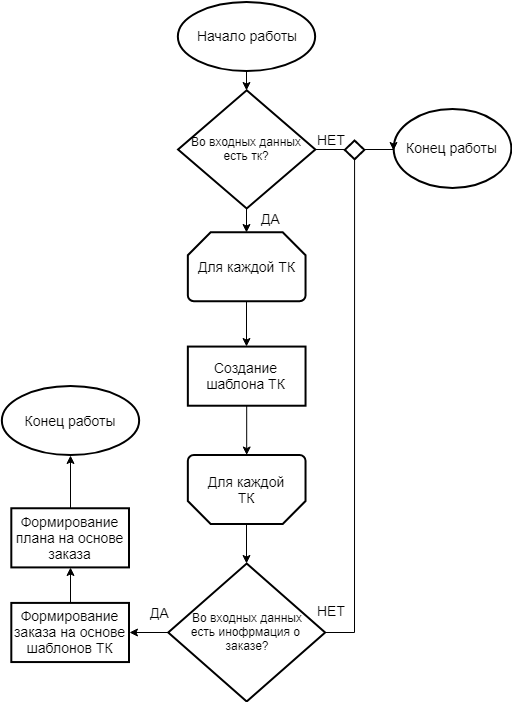
The draw.io diagram fig/BlockShemaImcore.png in PaulKorepanow/diplom, before a commit. Source tidied: cells renumbered, new cells last; positions are measured from the earlier drawing's top-left corner, leaving out a move shared by most shapes. Its diagram source:
```xml
<mxGraphModel>
  <root>
    <mxCell id="0" />
    <mxCell id="1" parent="0" />
    <mxCell id="2" value="Для каждой ТК" style="strokeWidth=2;html=1;shape=mxgraph.flowchart.loop_limit;whiteSpace=wrap;fontSize=14;" parent="1" vertex="1">
      <mxGeometry x="186.3" y="230.7" width="117.7" height="69" as="geometry" />
    </mxCell>
    <mxCell id="3" value="Начало работы&lt;br style=&quot;font-size: 14px;&quot;&gt;" style="strokeWidth=2;html=1;shape=mxgraph.flowchart.start_1;whiteSpace=wrap;fontSize=14;" parent="1" vertex="1">
      <mxGeometry x="176.5" width="137.3" height="69" as="geometry" />
    </mxCell>
    <mxCell id="4" style="edgeStyle=orthogonalEdgeStyle;rounded=0;jettySize=auto;html=1;exitX=0.5;exitY=1;exitDx=0;exitDy=0;exitPerimeter=0;entryX=0.5;entryY=0;entryDx=0;entryDy=0;entryPerimeter=0;fontSize=14;" parent="1" edge="1" source="5" target="2">
      <mxGeometry relative="1" as="geometry" />
    </mxCell>
    <mxCell id="5" value="Во входных данных есть тк?" style="strokeWidth=2;html=1;shape=mxgraph.flowchart.decision;whiteSpace=wrap;fontSize=12;" parent="1" vertex="1">
      <mxGeometry x="176.5" y="88.7" width="137.3" height="118.3" as="geometry" />
    </mxCell>
    <mxCell id="6" style="edgeStyle=orthogonalEdgeStyle;rounded=0;jettySize=auto;html=1;exitX=0.5;exitY=1;exitDx=0;exitDy=0;exitPerimeter=0;entryX=0.5;entryY=0;entryDx=0;entryDy=0;entryPerimeter=0;fontSize=14;" parent="1" edge="1" source="3" target="5">
      <mxGeometry relative="1" as="geometry" />
    </mxCell>
    <mxCell id="7" value="Создание шаблона ТК" style="rounded=0;whiteSpace=wrap;html=1;strokeWidth=2;fontSize=14;" parent="1" vertex="1">
      <mxGeometry x="186.3" y="345.1" width="117.7" height="59.2" as="geometry" />
    </mxCell>
    <mxCell id="8" style="edgeStyle=orthogonalEdgeStyle;rounded=0;jettySize=auto;html=1;exitX=0.5;exitY=1;exitDx=0;exitDy=0;exitPerimeter=0;entryX=0.5;entryY=0;entryDx=0;entryDy=0;fontSize=14;" parent="1" edge="1" source="2" target="7">
      <mxGeometry relative="1" as="geometry" />
    </mxCell>
    <mxCell id="9" style="strokeWidth=2;html=1;shape=mxgraph.flowchart.loop_limit;whiteSpace=wrap;rotation=180;horizontal=1;verticalAlign=middle;fontSize=14;" parent="1" vertex="1">
      <mxGeometry x="186.3" y="453.5" width="117.7" height="69" as="geometry" />
    </mxCell>
    <mxCell id="10" style="edgeStyle=orthogonalEdgeStyle;rounded=0;jettySize=auto;html=1;fontSize=14;" parent="1" edge="1" source="7" target="9">
      <mxGeometry relative="1" as="geometry" />
    </mxCell>
    <mxCell id="11" value="Конец работы" style="ellipse;whiteSpace=wrap;html=1;strokeWidth=2;fontSize=14;" parent="1" vertex="1">
      <mxGeometry x="392.3" y="107.5" width="117.7" height="78.9" as="geometry" />
    </mxCell>
    <mxCell id="12" style="edgeStyle=orthogonalEdgeStyle;rounded=0;jettySize=auto;html=1;exitX=1;exitY=0.5;exitDx=0;exitDy=0;exitPerimeter=0;endArrow=none;endFill=0;fontSize=14;" parent="1" edge="1" source="13">
      <mxGeometry relative="1" as="geometry">
        <mxPoint x="353.1" y="157.7" as="targetPoint" />
      </mxGeometry>
    </mxCell>
    <mxCell id="13" value="Во входных данных&lt;br style=&quot;font-size: 12px;&quot;&gt;есть инофрмация о&amp;nbsp;&lt;br style=&quot;font-size: 12px;&quot;&gt;заказе?&lt;br style=&quot;font-size: 12px;&quot;&gt;" style="strokeWidth=2;html=1;shape=mxgraph.flowchart.decision;whiteSpace=wrap;fontSize=12;" parent="1" vertex="1">
      <mxGeometry x="166.7" y="562" width="156.9" height="138" as="geometry" />
    </mxCell>
    <mxCell id="14" style="edgeStyle=orthogonalEdgeStyle;rounded=0;jettySize=auto;html=1;exitX=0.5;exitY=0;exitDx=0;exitDy=0;exitPerimeter=0;entryX=0.5;entryY=0;entryDx=0;entryDy=0;entryPerimeter=0;fontSize=14;" parent="1" edge="1" source="9" target="13">
      <mxGeometry relative="1" as="geometry" />
    </mxCell>
    <mxCell id="15" value="Формирование заказа на основе шаблонов ТК" style="rounded=0;whiteSpace=wrap;html=1;strokeWidth=2;fontSize=14;" parent="1" vertex="1">
      <mxGeometry x="9.8" y="601.4" width="117.7" height="59.2" as="geometry" />
    </mxCell>
    <mxCell id="16" style="edgeStyle=orthogonalEdgeStyle;rounded=0;jettySize=auto;html=1;exitX=0;exitY=0.5;exitDx=0;exitDy=0;exitPerimeter=0;entryX=1;entryY=0.5;entryDx=0;entryDy=0;fontSize=14;" parent="1" edge="1" source="13" target="15">
      <mxGeometry relative="1" as="geometry" />
    </mxCell>
    <mxCell id="17" value="Формирование плана на основе заказа" style="rounded=0;whiteSpace=wrap;html=1;strokeWidth=2;fontSize=14;" parent="1" vertex="1">
      <mxGeometry x="9.8" y="506.8" width="117.7" height="59.2" as="geometry" />
    </mxCell>
    <mxCell id="18" style="edgeStyle=orthogonalEdgeStyle;rounded=0;jettySize=auto;html=1;exitX=0.5;exitY=0;exitDx=0;exitDy=0;entryX=0.5;entryY=1;entryDx=0;entryDy=0;fontSize=14;" parent="1" edge="1" source="15" target="17">
      <mxGeometry relative="1" as="geometry" />
    </mxCell>
    <mxCell id="19" value="Конец работы&lt;br style=&quot;font-size: 14px;&quot;&gt;" style="strokeWidth=2;html=1;shape=mxgraph.flowchart.start_1;whiteSpace=wrap;fontSize=14;" parent="1" vertex="1">
      <mxGeometry y="384.5" width="137.3" height="69" as="geometry" />
    </mxCell>
    <mxCell id="20" style="edgeStyle=orthogonalEdgeStyle;rounded=0;jettySize=auto;html=1;exitX=0.5;exitY=0;exitDx=0;exitDy=0;entryX=0.5;entryY=1;entryDx=0;entryDy=0;entryPerimeter=0;fontSize=14;" parent="1" edge="1" source="17" target="19">
      <mxGeometry relative="1" as="geometry" />
    </mxCell>
    <mxCell id="21" style="edgeStyle=orthogonalEdgeStyle;rounded=0;jettySize=auto;html=1;exitX=1;exitY=0.5;exitDx=0;exitDy=0;entryX=0.001;entryY=0.523;entryDx=0;entryDy=0;entryPerimeter=0;endArrow=classic;endFill=1;fontSize=12;" parent="1" edge="1" source="22" target="11">
      <mxGeometry relative="1" as="geometry" />
    </mxCell>
    <mxCell id="22" style="rhombus;whiteSpace=wrap;html=1;strokeWidth=2;fontSize=14;" parent="1" vertex="1">
      <mxGeometry x="343.3" y="139" width="19.6" height="18.7" as="geometry" />
    </mxCell>
    <mxCell id="23" style="edgeStyle=orthogonalEdgeStyle;rounded=0;jettySize=auto;html=1;exitX=1;exitY=0.5;exitDx=0;exitDy=0;exitPerimeter=0;entryX=0;entryY=0.5;entryDx=0;entryDy=0;endArrow=none;endFill=0;fontSize=14;" parent="1" edge="1" source="5" target="22">
      <mxGeometry relative="1" as="geometry" />
    </mxCell>
    <mxCell id="24" value="ДА" style="text;html=1;align=left;verticalAlign=top;spacingTop=-4;fontSize=14;" parent="1" vertex="1">
      <mxGeometry x="257.9" y="207" width="30" height="20" as="geometry" />
    </mxCell>
    <mxCell id="25" value="НЕТ" style="text;html=1;align=left;verticalAlign=top;spacingTop=-4;fontSize=14;" parent="1" vertex="1">
      <mxGeometry x="313.8" y="127.7" width="40" height="20" as="geometry" />
    </mxCell>
    <mxCell id="26" value="ДА" style="text;html=1;align=left;verticalAlign=top;spacingTop=-4;fontSize=14;" parent="1" vertex="1">
      <mxGeometry x="147.1" y="601.4" width="30" height="20" as="geometry" />
    </mxCell>
    <mxCell id="27" value="НЕТ" style="text;html=1;align=left;verticalAlign=top;spacingTop=-4;fontSize=14;" parent="1" vertex="1">
      <mxGeometry x="313.8" y="599.4" width="40" height="20" as="geometry" />
    </mxCell>
    <mxCell id="28" value="Для каждой ТК" style="text;html=1;strokeColor=none;fillColor=none;align=center;verticalAlign=middle;whiteSpace=wrap;rounded=0;fontSize=14;" parent="1" vertex="1">
      <mxGeometry x="201.1" y="473.2" width="88.3" height="29.6" as="geometry" />
    </mxCell>
  </root>
</mxGraphModel>
```
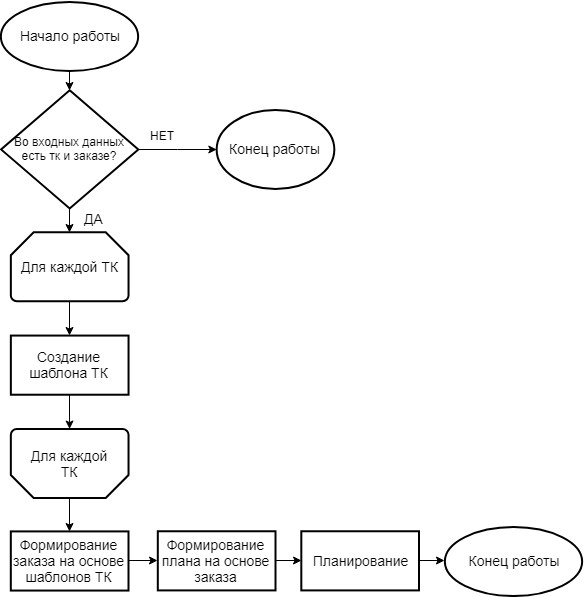
Later version of the same file.

The edit, as a diff of the source:
```diff
@@ -2,88 +2,76 @@
   <root>
     <mxCell id="0" />
     <mxCell id="1" parent="0" />
+    <mxCell id="29" style="group;" parent="1" vertex="1">
+      <mxGeometry x="176.5" width="581.3" height="594" as="geometry" />
+    </mxCell>
-    <mxCell id="2" value="Для каждой ТК" style="strokeWidth=2;html=1;shape=mxgraph.flowchart.loop_limit;whiteSpace=wrap;fontSize=14;" parent="1" vertex="1">
-      <mxGeometry x="186.3" y="230.7" width="117.7" height="69" as="geometry" />
+    <mxCell id="2" value="Для каждой ТК" style="strokeWidth=2;html=1;shape=mxgraph.flowchart.loop_limit;whiteSpace=wrap;fontSize=14;" parent="29" vertex="1">
+      <mxGeometry x="9.8" y="230.7" width="117.7" height="69" as="geometry" />
     </mxCell>
-    <mxCell id="3" value="Начало работы&lt;br style=&quot;font-size: 14px;&quot;&gt;" style="strokeWidth=2;html=1;shape=mxgraph.flowchart.start_1;whiteSpace=wrap;fontSize=14;" parent="1" vertex="1">
-      <mxGeometry x="176.5" width="137.3" height="69" as="geometry" />
+    <mxCell id="3" value="Начало работы&lt;br style=&quot;font-size: 14px;&quot;&gt;" style="strokeWidth=2;html=1;shape=mxgraph.flowchart.start_1;whiteSpace=wrap;fontSize=14;" parent="29" vertex="1">
+      <mxGeometry width="137.3" height="69" as="geometry" />
     </mxCell>
-    <mxCell id="4" style="edgeStyle=orthogonalEdgeStyle;rounded=0;jettySize=auto;html=1;exitX=0.5;exitY=1;exitDx=0;exitDy=0;exitPerimeter=0;entryX=0.5;entryY=0;entryDx=0;entryDy=0;entryPerimeter=0;fontSize=14;" parent="1" edge="1" source="5" target="2">
+    <mxCell id="4" style="edgeStyle=orthogonalEdgeStyle;rounded=0;jettySize=auto;html=1;exitX=0.5;exitY=1;exitDx=0;exitDy=0;exitPerimeter=0;entryX=0.5;entryY=0;entryDx=0;entryDy=0;entryPerimeter=0;fontSize=14;" parent="29" edge="1" source="5" target="2">
       <mxGeometry relative="1" as="geometry" />
     </mxCell>
-    <mxCell id="5" value="Во входных данных есть тк?" style="strokeWidth=2;html=1;shape=mxgraph.flowchart.decision;whiteSpace=wrap;fontSize=12;" parent="1" vertex="1">
-      <mxGeometry x="176.5" y="88.7" width="137.3" height="118.3" as="geometry" />
+    <mxCell id="5" value="Во входных данных есть тк и заказе?" style="strokeWidth=2;html=1;shape=mxgraph.flowchart.decision;whiteSpace=wrap;fontSize=12;" parent="29" vertex="1">
+      <mxGeometry y="88.7" width="137.3" height="118.3" as="geometry" />
     </mxCell>
-    <mxCell id="6" style="edgeStyle=orthogonalEdgeStyle;rounded=0;jettySize=auto;html=1;exitX=0.5;exitY=1;exitDx=0;exitDy=0;exitPerimeter=0;entryX=0.5;entryY=0;entryDx=0;entryDy=0;entryPerimeter=0;fontSize=14;" parent="1" edge="1" source="3" target="5">
+    <mxCell id="6" style="edgeStyle=orthogonalEdgeStyle;rounded=0;jettySize=auto;html=1;exitX=0.5;exitY=1;exitDx=0;exitDy=0;exitPerimeter=0;entryX=0.5;entryY=0;entryDx=0;entryDy=0;entryPerimeter=0;fontSize=14;" parent="29" edge="1" source="3" target="5">
       <mxGeometry relative="1" as="geometry" />
     </mxCell>
-    <mxCell id="7" value="Создание шаблона ТК" style="rounded=0;whiteSpace=wrap;html=1;strokeWidth=2;fontSize=14;" parent="1" vertex="1">
-      <mxGeometry x="186.3" y="345.1" width="117.7" height="59.2" as="geometry" />
+    <mxCell id="7" value="Создание шаблона ТК" style="rounded=0;whiteSpace=wrap;html=1;strokeWidth=2;fontSize=14;" parent="29" vertex="1">
+      <mxGeometry x="9.8" y="334.1" width="117.7" height="59.2" as="geometry" />
     </mxCell>
-    <mxCell id="8" style="edgeStyle=orthogonalEdgeStyle;rounded=0;jettySize=auto;html=1;exitX=0.5;exitY=1;exitDx=0;exitDy=0;exitPerimeter=0;entryX=0.5;entryY=0;entryDx=0;entryDy=0;fontSize=14;" parent="1" edge="1" source="2" target="7">
+    <mxCell id="8" style="edgeStyle=orthogonalEdgeStyle;rounded=0;jettySize=auto;html=1;exitX=0.5;exitY=1;exitDx=0;exitDy=0;exitPerimeter=0;entryX=0.5;entryY=0;entryDx=0;entryDy=0;fontSize=14;" parent="29" edge="1" source="2" target="7">
       <mxGeometry relative="1" as="geometry" />
     </mxCell>
-    <mxCell id="9" style="strokeWidth=2;html=1;shape=mxgraph.flowchart.loop_limit;whiteSpace=wrap;rotation=180;horizontal=1;verticalAlign=middle;fontSize=14;" parent="1" vertex="1">
-      <mxGeometry x="186.3" y="453.5" width="117.7" height="69" as="geometry" />
+    <mxCell id="9" style="strokeWidth=2;html=1;shape=mxgraph.flowchart.loop_limit;whiteSpace=wrap;rotation=180;horizontal=1;verticalAlign=middle;fontSize=14;" parent="29" vertex="1">
+      <mxGeometry x="9.8" y="427.5" width="117.7" height="69" as="geometry" />
     </mxCell>
-    <mxCell id="10" style="edgeStyle=orthogonalEdgeStyle;rounded=0;jettySize=auto;html=1;fontSize=14;" parent="1" edge="1" source="7" target="9">
+    <mxCell id="10" style="edgeStyle=orthogonalEdgeStyle;rounded=0;jettySize=auto;html=1;fontSize=14;" parent="29" edge="1" source="7" target="9">
       <mxGeometry relative="1" as="geometry" />
     </mxCell>
-    <mxCell id="11" value="Конец работы" style="ellipse;whiteSpace=wrap;html=1;strokeWidth=2;fontSize=14;" parent="1" vertex="1">
-      <mxGeometry x="392.3" y="107.5" width="117.7" height="78.9" as="geometry" />
+    <mxCell id="11" value="Конец работы" style="ellipse;whiteSpace=wrap;html=1;strokeWidth=2;fontSize=14;" parent="29" vertex="1">
+      <mxGeometry x="215.8" y="108.5" width="117.7" height="78.9" as="geometry" />
     </mxCell>
-    <mxCell id="12" style="edgeStyle=orthogonalEdgeStyle;rounded=0;jettySize=auto;html=1;exitX=1;exitY=0.5;exitDx=0;exitDy=0;exitPerimeter=0;endArrow=none;endFill=0;fontSize=14;" parent="1" edge="1" source="13">
-      <mxGeometry relative="1" as="geometry">
-        <mxPoint x="353.1" y="157.7" as="targetPoint" />
-      </mxGeometry>
-    </mxCell>
-    <mxCell id="13" value="Во входных данных&lt;br style=&quot;font-size: 12px;&quot;&gt;есть инофрмация о&amp;nbsp;&lt;br style=&quot;font-size: 12px;&quot;&gt;заказе?&lt;br style=&quot;font-size: 12px;&quot;&gt;" style="strokeWidth=2;html=1;shape=mxgraph.flowchart.decision;whiteSpace=wrap;fontSize=12;" parent="1" vertex="1">
-      <mxGeometry x="166.7" y="562" width="156.9" height="138" as="geometry" />
-    </mxCell>
-    <mxCell id="14" style="edgeStyle=orthogonalEdgeStyle;rounded=0;jettySize=auto;html=1;exitX=0.5;exitY=0;exitDx=0;exitDy=0;exitPerimeter=0;entryX=0.5;entryY=0;entryDx=0;entryDy=0;entryPerimeter=0;fontSize=14;" parent="1" edge="1" source="9" target="13">
-      <mxGeometry relative="1" as="geometry" />
-    </mxCell>
+    <mxCell id="30" style="edgeStyle=orthogonalEdgeStyle;rounded=0;jettySize=auto;html=1;" parent="29" edge="1" source="5" target="11">
+      <mxGeometry relative="1" as="geometry" />
+    </mxCell>
-    <mxCell id="15" value="Формирование заказа на основе шаблонов ТК" style="rounded=0;whiteSpace=wrap;html=1;strokeWidth=2;fontSize=14;" parent="1" vertex="1">
-      <mxGeometry x="9.8" y="601.4" width="117.7" height="59.2" as="geometry" />
+    <mxCell id="15" value="Формирование заказа на основе шаблонов ТК" style="rounded=0;whiteSpace=wrap;html=1;strokeWidth=2;fontSize=14;" parent="29" vertex="1">
+      <mxGeometry x="9.8" y="529.9" width="117.7" height="59.2" as="geometry" />
     </mxCell>
-    <mxCell id="16" style="edgeStyle=orthogonalEdgeStyle;rounded=0;jettySize=auto;html=1;exitX=0;exitY=0.5;exitDx=0;exitDy=0;exitPerimeter=0;entryX=1;entryY=0.5;entryDx=0;entryDy=0;fontSize=14;" parent="1" edge="1" source="13" target="15">
-      <mxGeometry relative="1" as="geometry" />
-    </mxCell>
+    <mxCell id="31" style="edgeStyle=orthogonalEdgeStyle;rounded=0;jettySize=auto;html=1;exitX=0.5;exitY=0;exitDx=0;exitDy=0;exitPerimeter=0;entryX=0.5;entryY=0;entryDx=0;entryDy=0;" parent="29" edge="1" source="9" target="15">
+      <mxGeometry relative="1" as="geometry" />
+    </mxCell>
-    <mxCell id="17" value="Формирование плана на основе заказа" style="rounded=0;whiteSpace=wrap;html=1;strokeWidth=2;fontSize=14;" parent="1" vertex="1">
-      <mxGeometry x="9.8" y="506.8" width="117.7" height="59.2" as="geometry" />
+    <mxCell id="17" value="Формирование плана на основе заказа" style="rounded=0;whiteSpace=wrap;html=1;strokeWidth=2;fontSize=14;" parent="29" vertex="1">
+      <mxGeometry x="156.8" y="529.8" width="117.7" height="59.2" as="geometry" />
     </mxCell>
-    <mxCell id="18" style="edgeStyle=orthogonalEdgeStyle;rounded=0;jettySize=auto;html=1;exitX=0.5;exitY=0;exitDx=0;exitDy=0;entryX=0.5;entryY=1;entryDx=0;entryDy=0;fontSize=14;" parent="1" edge="1" source="15" target="17">
+    <mxCell id="18" style="edgeStyle=orthogonalEdgeStyle;rounded=0;jettySize=auto;html=1;exitX=1;exitY=0.5;exitDx=0;exitDy=0;entryX=0;entryY=0.5;entryDx=0;entryDy=0;" parent="29" edge="1" source="15" target="17">
       <mxGeometry relative="1" as="geometry" />
     </mxCell>
-    <mxCell id="19" value="Конец работы&lt;br style=&quot;font-size: 14px;&quot;&gt;" style="strokeWidth=2;html=1;shape=mxgraph.flowchart.start_1;whiteSpace=wrap;fontSize=14;" parent="1" vertex="1">
-      <mxGeometry y="384.5" width="137.3" height="69" as="geometry" />
+    <mxCell id="19" value="Конец работы&lt;br style=&quot;font-size: 14px;&quot;&gt;" style="strokeWidth=2;html=1;shape=mxgraph.flowchart.start_1;whiteSpace=wrap;fontSize=14;" parent="29" vertex="1">
+      <mxGeometry x="444" y="525" width="137.3" height="69" as="geometry" />
     </mxCell>
-    <mxCell id="20" style="edgeStyle=orthogonalEdgeStyle;rounded=0;jettySize=auto;html=1;exitX=0.5;exitY=0;exitDx=0;exitDy=0;entryX=0.5;entryY=1;entryDx=0;entryDy=0;entryPerimeter=0;fontSize=14;" parent="1" edge="1" source="17" target="19">
-      <mxGeometry relative="1" as="geometry" />
-    </mxCell>
-    <mxCell id="21" style="edgeStyle=orthogonalEdgeStyle;rounded=0;jettySize=auto;html=1;exitX=1;exitY=0.5;exitDx=0;exitDy=0;entryX=0.001;entryY=0.523;entryDx=0;entryDy=0;entryPerimeter=0;endArrow=classic;endFill=1;fontSize=12;" parent="1" edge="1" source="22" target="11">
-      <mxGeometry relative="1" as="geometry" />
-    </mxCell>
-    <mxCell id="22" style="rhombus;whiteSpace=wrap;html=1;strokeWidth=2;fontSize=14;" parent="1" vertex="1">
-      <mxGeometry x="343.3" y="139" width="19.6" height="18.7" as="geometry" />
-    </mxCell>
-    <mxCell id="23" style="edgeStyle=orthogonalEdgeStyle;rounded=0;jettySize=auto;html=1;exitX=1;exitY=0.5;exitDx=0;exitDy=0;exitPerimeter=0;entryX=0;entryY=0.5;entryDx=0;entryDy=0;endArrow=none;endFill=0;fontSize=14;" parent="1" edge="1" source="5" target="22">
-      <mxGeometry relative="1" as="geometry" />
-    </mxCell>
-    <mxCell id="24" value="ДА" style="text;html=1;align=left;verticalAlign=top;spacingTop=-4;fontSize=14;" parent="1" vertex="1">
-      <mxGeometry x="257.9" y="207" width="30" height="20" as="geometry" />
+    <mxCell id="24" value="ДА" style="text;html=1;align=left;verticalAlign=top;spacingTop=-4;fontSize=14;" parent="29" vertex="1">
+      <mxGeometry x="81.4" y="207" width="30" height="20" as="geometry" />
     </mxCell>
-    <mxCell id="25" value="НЕТ" style="text;html=1;align=left;verticalAlign=top;spacingTop=-4;fontSize=14;" parent="1" vertex="1">
-      <mxGeometry x="313.8" y="127.7" width="40" height="20" as="geometry" />
-    </mxCell>
-    <mxCell id="26" value="ДА" style="text;html=1;align=left;verticalAlign=top;spacingTop=-4;fontSize=14;" parent="1" vertex="1">
-      <mxGeometry x="147.1" y="601.4" width="30" height="20" as="geometry" />
-    </mxCell>
-    <mxCell id="27" value="НЕТ" style="text;html=1;align=left;verticalAlign=top;spacingTop=-4;fontSize=14;" parent="1" vertex="1">
-      <mxGeometry x="313.8" y="599.4" width="40" height="20" as="geometry" />
-    </mxCell>
-    <mxCell id="28" value="Для каждой ТК" style="text;html=1;strokeColor=none;fillColor=none;align=center;verticalAlign=middle;whiteSpace=wrap;rounded=0;fontSize=14;" parent="1" vertex="1">
-      <mxGeometry x="201.1" y="473.2" width="88.3" height="29.6" as="geometry" />
+    <mxCell id="28" value="Для каждой ТК" style="text;html=1;strokeColor=none;fillColor=none;align=center;verticalAlign=middle;whiteSpace=wrap;rounded=0;fontSize=14;" parent="29" vertex="1">
+      <mxGeometry x="24.5" y="447.2" width="88.3" height="29.6" as="geometry" />
     </mxCell>
+    <mxCell id="32" value="НЕТ" style="text;html=1;align=left;verticalAlign=top;spacingTop=-4;" parent="29" vertex="1">
+      <mxGeometry x="147" y="125" width="40" height="20" as="geometry" />
+    </mxCell>
+    <mxCell id="33" style="edgeStyle=orthogonalEdgeStyle;rounded=0;jettySize=auto;html=1;exitX=1;exitY=0.5;exitDx=0;exitDy=0;" parent="29" edge="1" source="34">
+      <mxGeometry relative="1" as="geometry">
+        <mxPoint x="443.5" y="559" as="targetPoint" />
+      </mxGeometry>
+    </mxCell>
+    <mxCell id="34" value="Планирование" style="rounded=0;whiteSpace=wrap;html=1;strokeWidth=2;fontSize=14;" parent="29" vertex="1">
+      <mxGeometry x="300.3" y="529.8" width="117.7" height="59.2" as="geometry" />
+    </mxCell>
+    <mxCell id="35" style="edgeStyle=orthogonalEdgeStyle;rounded=0;jettySize=auto;html=1;exitX=1;exitY=0.5;exitDx=0;exitDy=0;entryX=0;entryY=0.5;entryDx=0;entryDy=0;" parent="29" edge="1" source="17" target="34">
+      <mxGeometry relative="1" as="geometry" />
+    </mxCell>
   </root>
 </mxGraphModel>
```
